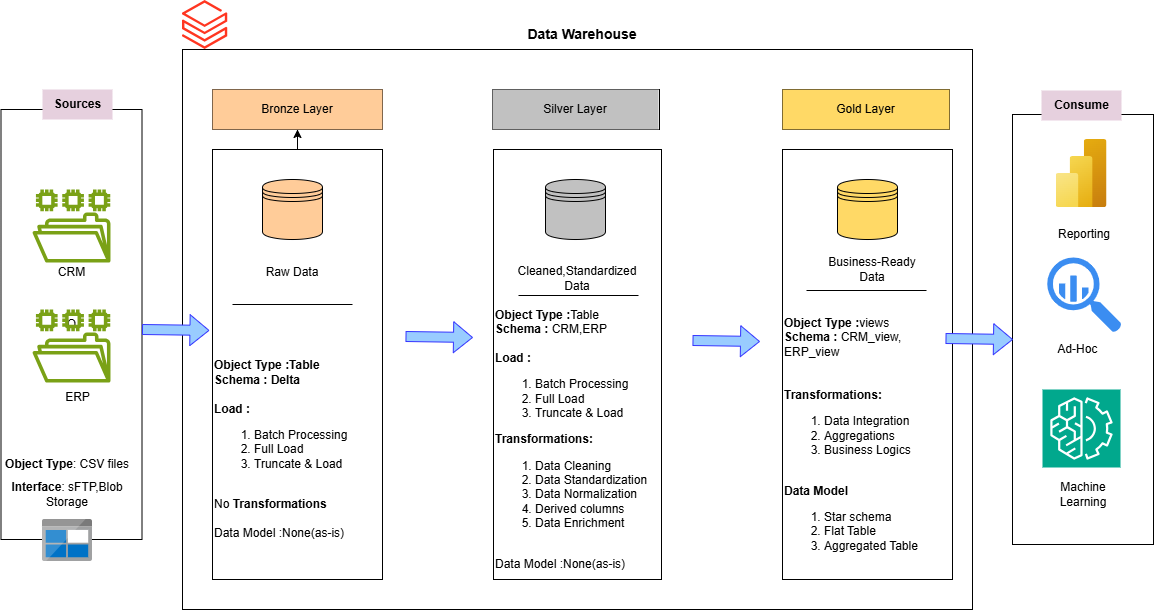
Earlier version of the draw.io export Datawarehouse_Architecture.png (PRAKHER0522/SQL_DATABASE). Source tidied: cells renumbered, new cells last; positions are measured from the earlier drawing's top-left corner, leaving out a move shared by most shapes.
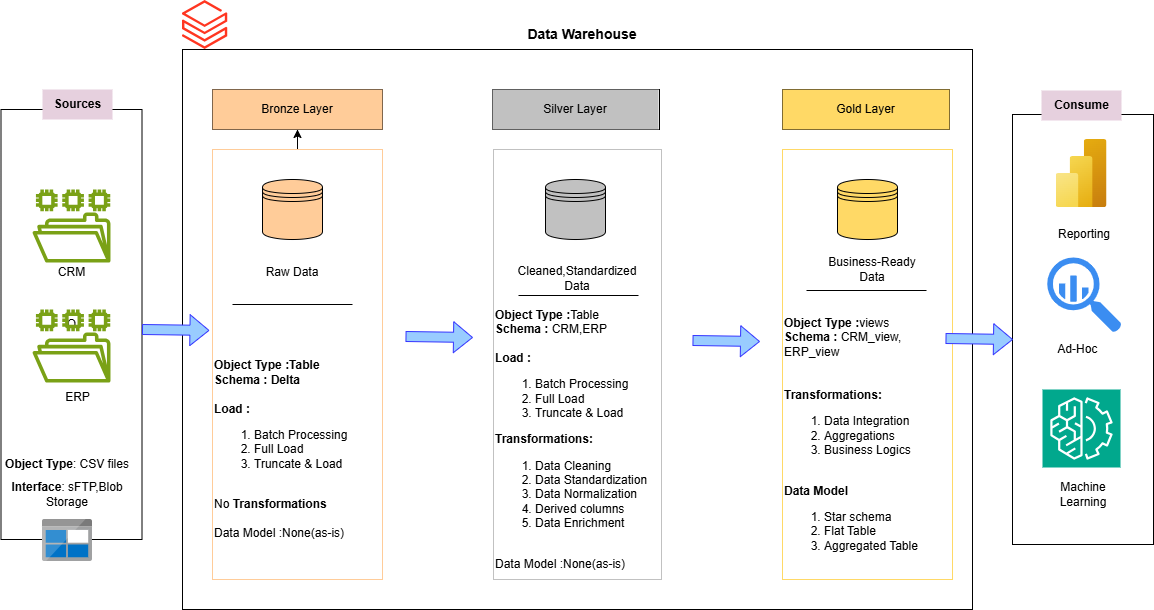
Later version of the same file.

Change to the diagram source:
```diff
@@ -35,13 +35,13 @@
     <mxCell id="12" style="edgeStyle=orthogonalEdgeStyle;rounded=0;jettySize=auto;html=1;" parent="1" edge="1" source="13" target="16">
       <mxGeometry relative="1" as="geometry" />
     </mxCell>
-    <mxCell id="13" style="rounded=0;whiteSpace=wrap;html=1;" parent="1" vertex="1">
+    <mxCell id="13" style="rounded=0;whiteSpace=wrap;html=1;strokeColor=#FFCC99;fontStyle=1;" parent="1" vertex="1">
       <mxGeometry x="212" y="149" width="170" height="430" as="geometry" />
     </mxCell>
-    <mxCell id="14" style="rounded=0;whiteSpace=wrap;html=1;" parent="1" vertex="1">
+    <mxCell id="14" style="rounded=0;whiteSpace=wrap;html=1;strokeColor=#C1C1C1;fontSize=16;" parent="1" vertex="1">
       <mxGeometry x="493" y="149" width="168" height="430" as="geometry" />
     </mxCell>
-    <mxCell id="15" style="rounded=0;whiteSpace=wrap;html=1;" parent="1" vertex="1">
+    <mxCell id="15" style="rounded=0;whiteSpace=wrap;html=1;strokeColor=#FFD966;" parent="1" vertex="1">
       <mxGeometry x="782" y="149" width="170" height="430" as="geometry" />
     </mxCell>
     <mxCell id="16" style="whiteSpace=wrap;html=1;rounded=0;" parent="1" vertex="1">
```
